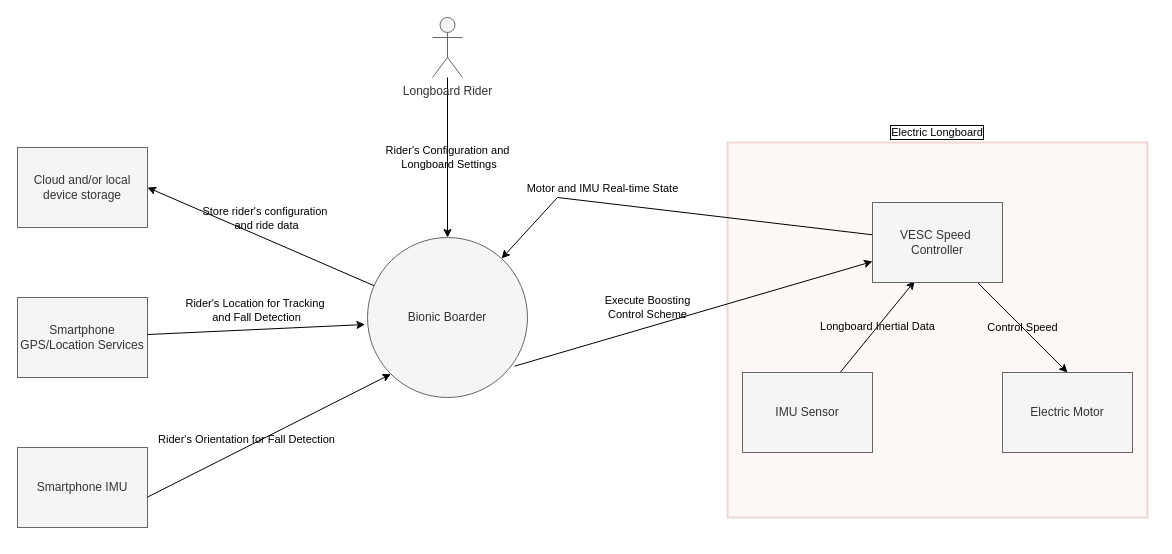
Above: diagrams/SRS Product Perspective Context Diagram.drawio in bobacktech/bionic-boarder (draw.io), before the change. Source tidied: cells renumbered, new cells numbered last; positions are measured from the earlier drawing's top-left corner, leaving out a move shared by most shapes. Both pictures are drawn from the tidied source at 100%, with x=0, y=0 at pixel (17, 17).
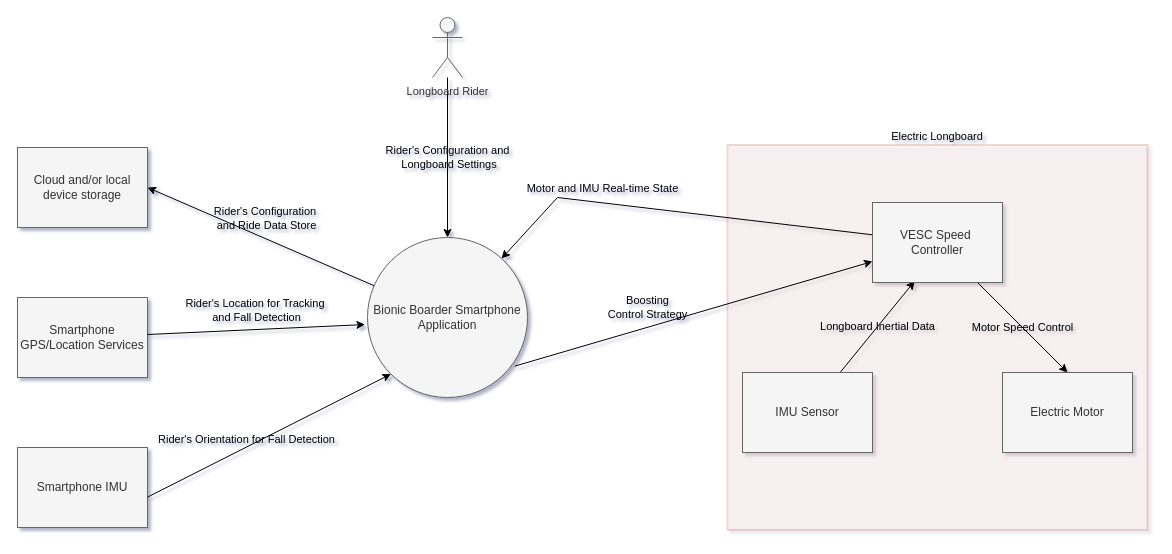
After the change.

Commit message:
BB-52: Removed verbs from labels in diagram.

The change refers to these unchanged cells:
```xml
<mxCell id="7" value="Cloud and/or local device storage" style="rounded=0;whiteSpace=wrap;html=1;strokeColor=#666666;align=center;verticalAlign=middle;fontFamily=Helvetica;fontSize=12;fontColor=#333333;labelBackgroundColor=none;fillColor=#f5f5f5;" parent="1" vertex="1">
  <mxGeometry y="130" width="130" height="80" as="geometry" />
</mxCell>
<mxCell id="21" value="VESC Speed&amp;nbsp;&lt;div&gt;Controller&lt;/div&gt;" style="rounded=0;whiteSpace=wrap;html=1;strokeColor=#666666;align=center;verticalAlign=middle;fontFamily=Helvetica;fontSize=12;fontColor=#333333;labelBackgroundColor=none;fillColor=#f5f5f5;" parent="1" vertex="1">
  <mxGeometry x="855" y="185" width="130" height="80" as="geometry" />
</mxCell>
<mxCell id="22" value="Electric Motor" style="rounded=0;whiteSpace=wrap;html=1;strokeColor=#666666;align=center;verticalAlign=middle;fontFamily=Helvetica;fontSize=12;fontColor=#333333;labelBackgroundColor=none;fillColor=#f5f5f5;" parent="1" vertex="1">
  <mxGeometry x="985" y="355" width="130" height="80" as="geometry" />
</mxCell>
```

The edit, as a diff of the source:
```diff
@@
-<mxGraphModel background="#ffffff">
+<mxGraphModel background="#ffffff" shadow="1">
@@
-    <mxCell id="2" value="&lt;font style=&quot;color: rgb(0, 0, 0);&quot;&gt;Electric Longboard&lt;/font&gt;" style="rounded=0;whiteSpace=wrap;html=1;fontFamily=Helvetica;fontSize=11;labelBackgroundColor=none;horizontal=1;labelBorderColor=#000000;shadow=0;perimeterSpacing=0;strokeWidth=2;opacity=20;fillColor=#fad9d5;strokeColor=#ae4132;align=center;verticalAlign=bottom;labelPosition=center;verticalLabelPosition=top;" parent="1" vertex="1">
-      <mxGeometry x="710" y="125" width="420" height="375" as="geometry" />
+    <mxCell id="2" value="&lt;font style=&quot;color: rgb(0, 0, 0);&quot;&gt;Electric Longboard&lt;/font&gt;" style="rounded=0;whiteSpace=wrap;html=1;fontFamily=Helvetica;fontSize=11;labelBackgroundColor=none;horizontal=1;labelBorderColor=none;shadow=0;perimeterSpacing=0;strokeWidth=2;opacity=20;fillColor=#fad9d5;strokeColor=#ae4132;align=center;verticalAlign=bottom;labelPosition=center;verticalLabelPosition=top;" parent="1" vertex="1">
+      <mxGeometry x="710" y="127.5" width="420" height="385" as="geometry" />
     </mxCell>
-    <mxCell id="3" value="Execute Boosting&lt;div&gt;Control Scheme&lt;/div&gt;" style="edgeStyle=none;shape=connector;rounded=0;jettySize=auto;html=1;strokeColor=#000000;align=center;verticalAlign=middle;fontFamily=Helvetica;fontSize=11;fontColor=#000000;labelBackgroundColor=none;horizontal=1;endArrow=classic;fillColor=#ffcccc;exitX=0.92;exitY=0.804;exitDx=0;exitDy=0;exitPerimeter=0;" parent="1" edge="1" source="4" target="21">
+    <mxCell id="3" value="Boosting&lt;div&gt;Control Strategy&lt;/div&gt;" style="edgeStyle=none;shape=connector;rounded=0;jettySize=auto;html=1;strokeColor=#000000;align=center;verticalAlign=middle;fontFamily=Helvetica;fontSize=11;fontColor=#000000;labelBackgroundColor=none;horizontal=1;endArrow=classic;fillColor=#ffcccc;exitX=0.92;exitY=0.804;exitDx=0;exitDy=0;exitPerimeter=0;" parent="1" edge="1" source="4" target="21">
       <mxGeometry x="-0.23" y="19" relative="1" as="geometry" />
     </mxCell>
-    <mxCell id="4" value="Bionic Boarder" style="ellipse;whiteSpace=wrap;html=1;fillColor=#f5f5f5;fontColor=#333333;strokeColor=#666666;labelBackgroundColor=none;" parent="1" vertex="1">
+    <mxCell id="4" value="Bionic Boarder Smartphone Application" style="ellipse;whiteSpace=wrap;html=1;fillColor=#f5f5f5;fontColor=#333333;strokeColor=#666666;labelBackgroundColor=none;" parent="1" vertex="1">
       <mxGeometry x="350" y="220" width="160" height="160" as="geometry" />
     </mxCell>
@@
-    <mxCell id="9" value="Longboard Rider" style="shape=umlActor;verticalLabelPosition=bottom;verticalAlign=top;html=1;outlineConnect=0;strokeColor=#666666;align=center;fontFamily=Helvetica;fontSize=12;fontColor=#333333;labelBackgroundColor=none;fillColor=#f5f5f5;" parent="1" vertex="1">
+    <mxCell id="9" value="&lt;div&gt;&lt;font style=&quot;font-size: 11px;&quot;&gt;Longboard Rider&lt;/font&gt;&lt;/div&gt;" style="shape=umlActor;verticalLabelPosition=bottom;verticalAlign=top;html=1;outlineConnect=0;strokeColor=#666666;align=center;fontFamily=Helvetica;fontSize=12;fontColor=#333333;labelBackgroundColor=none;fillColor=#f5f5f5;horizontal=1;textShadow=0;" parent="1" vertex="1">
       <mxGeometry x="415" width="30" height="60" as="geometry" />
     </mxCell>
-    <mxCell id="10" value="Store rider's configuration&amp;nbsp;&lt;div&gt;and ride data&lt;/div&gt;" style="endArrow=classic;html=1;rounded=0;strokeColor=#000000;entryX=1;entryY=0.5;entryDx=0;entryDy=0;fillColor=#ffcccc;labelBackgroundColor=none;fontColor=#000000;horizontal=1;align=center;verticalAlign=middle;" parent="1" edge="1" source="4" target="7">
+    <mxCell id="10" value="Rider's Configuration&amp;nbsp;&lt;div&gt;and Ride Data Store&lt;/div&gt;" style="endArrow=classic;html=1;rounded=0;strokeColor=#000000;entryX=1;entryY=0.5;entryDx=0;entryDy=0;fillColor=#ffcccc;labelBackgroundColor=none;fontColor=#000000;horizontal=1;align=center;verticalAlign=middle;" parent="1" edge="1" source="4" target="7">
       <mxGeometry x="0.01" y="-19" relative="1" as="geometry" />
     </mxCell>
@@
-    <mxCell id="19" value="Motor and IMU Real-time State" style="edgeStyle=none;shape=connector;rounded=0;jettySize=auto;html=1;strokeColor=#000000;align=center;verticalAlign=middle;fontFamily=Helvetica;fontSize=11;fontColor=#000000;labelBackgroundColor=none;horizontal=1;endArrow=classic;fillColor=#ffcccc;" parent="1" edge="1" source="21" target="4">
+    <mxCell id="19" value="&lt;font&gt;Motor and IMU Real-time State&lt;/font&gt;" style="edgeStyle=none;shape=connector;rounded=0;jettySize=auto;html=1;strokeColor=#000000;align=center;verticalAlign=middle;fontFamily=Helvetica;fontSize=11;fontColor=#000000;labelBackgroundColor=none;horizontal=1;endArrow=classic;fillColor=#ffcccc;" parent="1" edge="1" source="21" target="4">
       <mxGeometry x="0.37" y="-14" relative="1" as="geometry">
         <Array as="points">
           <mxPoint x="540" y="180" />
         </Array>
       </mxGeometry>
     </mxCell>
-    <mxCell id="20" value="Control Speed" style="edgeStyle=none;shape=connector;rounded=0;jettySize=auto;html=1;entryX=0.5;entryY=0;entryDx=0;entryDy=0;strokeColor=#000000;align=center;verticalAlign=middle;fontFamily=Helvetica;fontSize=11;fontColor=#000000;labelBackgroundColor=none;horizontal=1;endArrow=classic;fillColor=#ffcccc;" parent="1" edge="1" source="21" target="22">
+    <mxCell id="20" value="Motor Speed Control" style="edgeStyle=none;shape=connector;rounded=0;jettySize=auto;html=1;entryX=0.5;entryY=0;entryDx=0;entryDy=0;strokeColor=#000000;align=center;verticalAlign=middle;fontFamily=Helvetica;fontSize=11;fontColor=#000000;labelBackgroundColor=none;horizontal=1;endArrow=classic;fillColor=#ffcccc;" parent="1" edge="1" source="21" target="22">
       <mxGeometry relative="1" as="geometry" />
     </mxCell>
```
